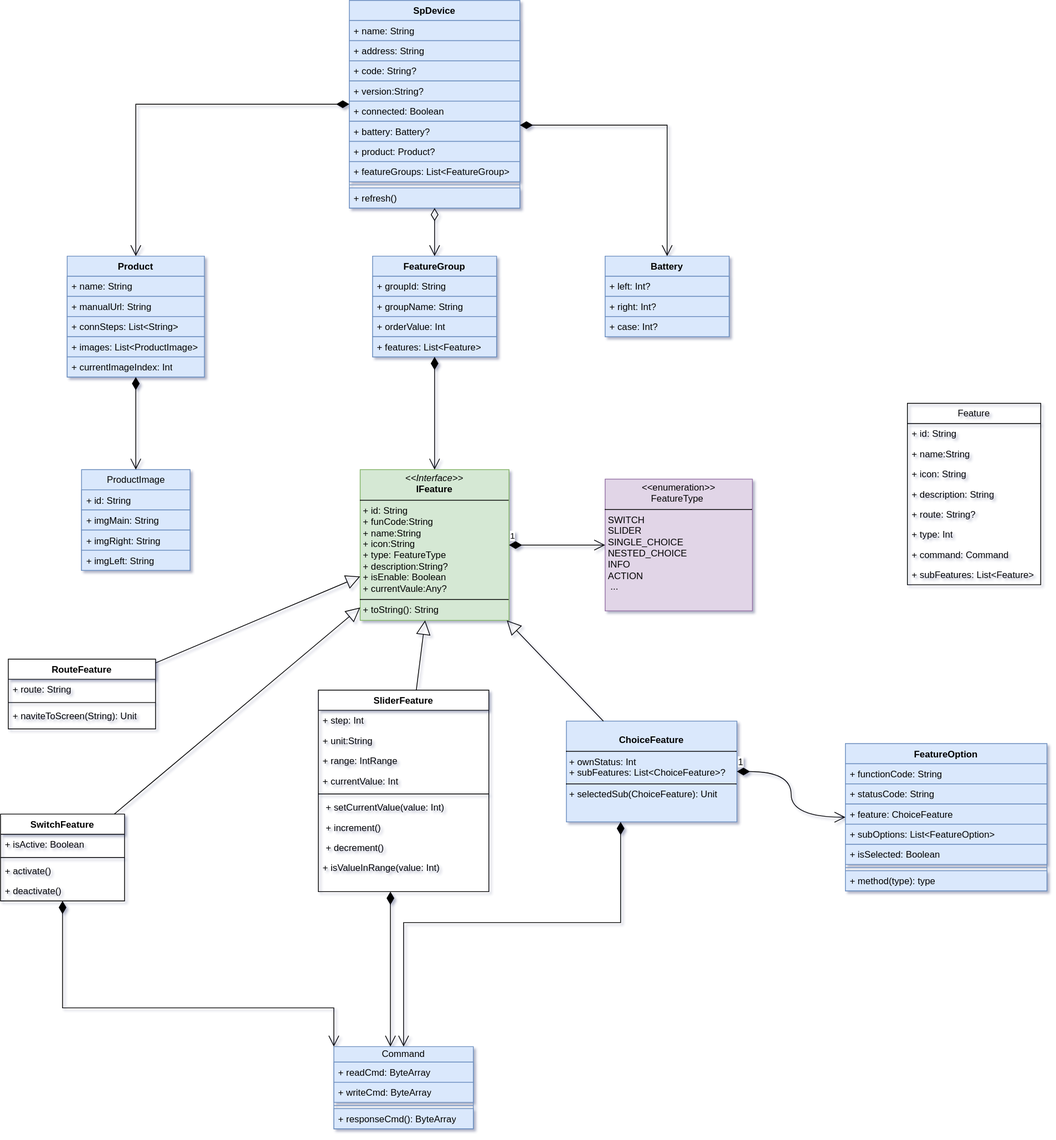
kekemao00/draw-libs keeps this draw.io diagram as sp-device.drawio.svg. Above is the earlier version. Source tidied: cells renumbered, new cells last; positions are measured from the earlier drawing's top-left corner, leaving out a move shared by most shapes.
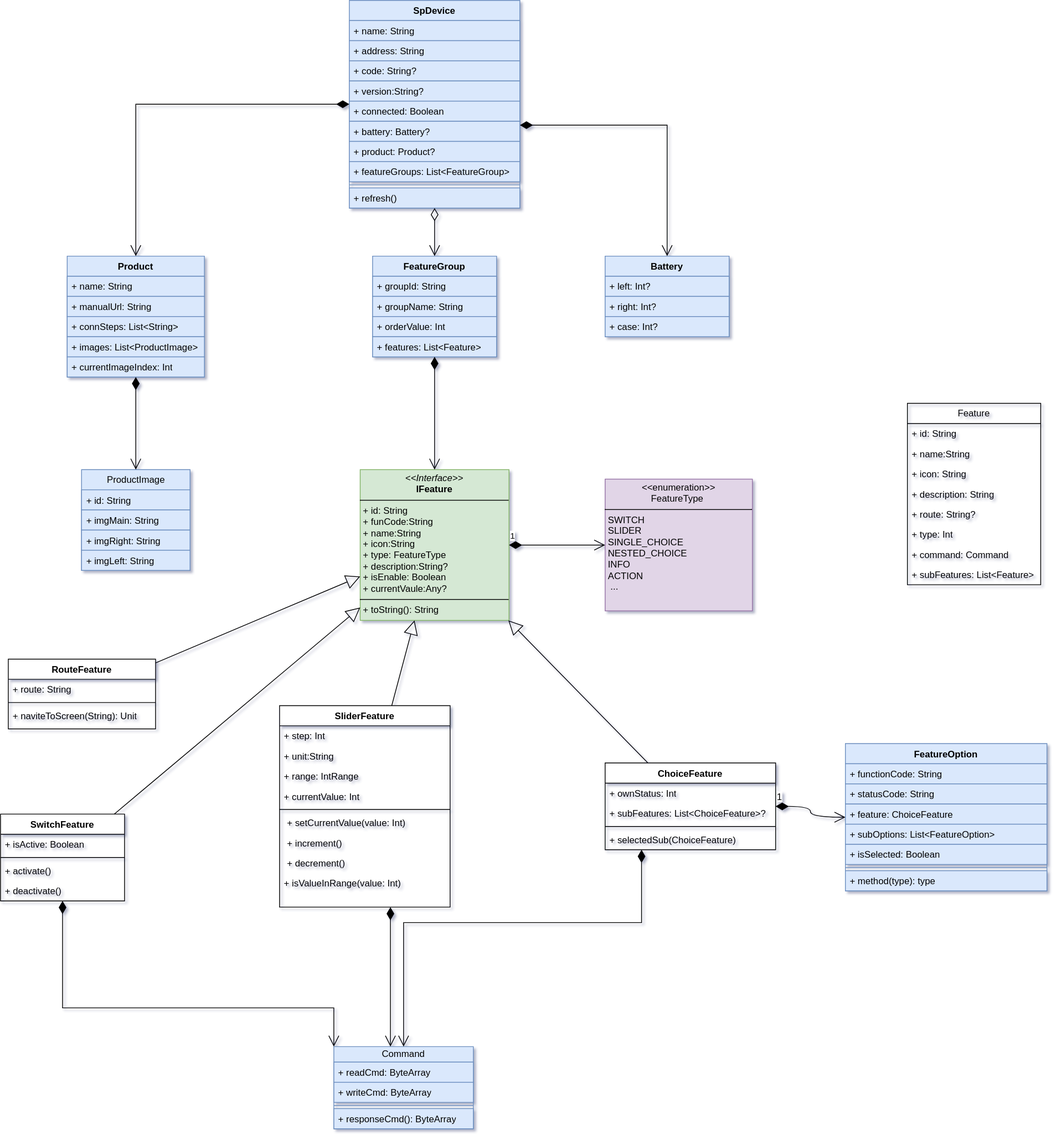
After the change.

The edit, as a diff of the source:
```diff
@@ -140,9 +140,6 @@
     <mxCell id="47" value="&lt;p style=&quot;margin:0px;margin-top:4px;text-align:center;&quot;&gt;&lt;i&gt;&amp;lt;&amp;lt;Interface&amp;gt;&amp;gt;&lt;/i&gt;&lt;br&gt;&lt;b&gt;IFeature&lt;/b&gt;&lt;/p&gt;&lt;hr size=&quot;1&quot; style=&quot;border-style:solid;&quot;&gt;&lt;p style=&quot;margin:0px;margin-left:4px;&quot;&gt;+ id: String&lt;br&gt;+ funCode:String&lt;br&gt;+ name:String&lt;br&gt;+ icon:String&lt;br&gt;+ type:&amp;nbsp;&lt;span style=&quot;text-align: center;&quot;&gt;FeatureType&amp;nbsp;&lt;/span&gt;&lt;br&gt;+ description:String?&lt;br&gt;+ isEnable: Boolean&lt;/p&gt;&lt;p style=&quot;margin:0px;margin-left:4px;&quot;&gt;+ currentVaule:Any?&lt;/p&gt;&lt;hr size=&quot;1&quot; style=&quot;border-style:solid;&quot;&gt;&lt;p style=&quot;margin:0px;margin-left:4px;&quot;&gt;+ toString(): String&lt;br&gt;&lt;/p&gt;" style="verticalAlign=top;align=left;overflow=fill;html=1;whiteSpace=wrap;fillColor=#d5e8d4;strokeColor=#82b366;" parent="1" vertex="1">
       <mxGeometry x="464" y="605.5" width="192" height="194.5" as="geometry" />
     </mxCell>
-    <mxCell id="48" value="&lt;p style=&quot;margin:0px;margin-top:4px;text-align:center;&quot;&gt;&lt;br&gt;&lt;b&gt;ChoiceFeature&lt;/b&gt;&lt;/p&gt;&lt;hr size=&quot;1&quot; style=&quot;border-style:solid;&quot;&gt;&lt;p style=&quot;margin:0px;margin-left:4px;&quot;&gt;+ ownStatus: Int&lt;br&gt;+ subFeatures: List&amp;lt;ChoiceFeature&amp;gt;?&lt;/p&gt;&lt;hr size=&quot;1&quot; style=&quot;border-style:solid;&quot;&gt;&lt;p style=&quot;margin:0px;margin-left:4px;&quot;&gt;+ selectedSub(ChoiceFeature): Unit&lt;br&gt;&lt;/p&gt;" style="verticalAlign=top;align=left;overflow=fill;html=1;whiteSpace=wrap;fillColor=#dae8fc;strokeColor=#6c8ebf;" parent="1" vertex="1">
-      <mxGeometry x="730" y="930" width="220" height="130" as="geometry" />
-    </mxCell>
     <mxCell id="49" style="endArrow=open;html=1;endSize=12;startArrow=diamondThin;startSize=14;startFill=1;edgeStyle=orthogonalEdgeStyle;align=left;verticalAlign=bottom;rounded=0;" parent="1" edge="1" source="2" target="13">
       <mxGeometry x="-1" y="3" relative="1" as="geometry">
         <Array as="points">
@@ -172,13 +169,13 @@
     <mxCell id="56" style="endArrow=block;endSize=16;endFill=0;html=1;rounded=0;" parent="1" edge="1" source="81" target="47">
       <mxGeometry x="0.01" relative="1" as="geometry" />
     </mxCell>
-    <mxCell id="57" style="endArrow=block;endSize=16;endFill=0;html=1;rounded=0;" parent="1" edge="1" source="48" target="47">
+    <mxCell id="57" style="endArrow=block;endSize=16;endFill=0;html=1;rounded=0;" parent="1" edge="1" source="91" target="47">
       <mxGeometry x="-0.02" y="-8" relative="1" as="geometry" />
     </mxCell>
-    <mxCell id="58" style="endArrow=open;html=1;endSize=12;startArrow=diamondThin;startSize=14;startFill=1;edgeStyle=orthogonalEdgeStyle;align=left;verticalAlign=bottom;rounded=0;" parent="1" edge="1" source="48" target="42">
+    <mxCell id="58" style="endArrow=open;html=1;endSize=12;startArrow=diamondThin;startSize=14;startFill=1;edgeStyle=orthogonalEdgeStyle;align=left;verticalAlign=bottom;rounded=0;" parent="1" edge="1" source="91" target="42">
       <mxGeometry x="-1" y="3" relative="1" as="geometry">
         <Array as="points">
-          <mxPoint x="800" y="1190" />
+          <mxPoint x="827" y="1190" />
           <mxPoint x="520" y="1190" />
         </Array>
       </mxGeometry>
@@ -229,7 +226,7 @@
     <mxCell id="70" value="+ method(type): type" style="text;strokeColor=#6c8ebf;fillColor=#dae8fc;align=left;verticalAlign=top;spacingLeft=4;spacingRight=4;overflow=hidden;whiteSpace=wrap;html=1;" parent="63" vertex="1">
       <mxGeometry y="164" width="260" height="26" as="geometry" />
     </mxCell>
-    <mxCell id="71" value="1" style="endArrow=open;html=1;endSize=12;startArrow=diamondThin;startSize=14;startFill=1;edgeStyle=orthogonalEdgeStyle;align=left;verticalAlign=bottom;rounded=0;fontSize=12;curved=1;" parent="1" edge="1" source="48" target="63">
+    <mxCell id="71" value="1" style="endArrow=open;html=1;endSize=12;startArrow=diamondThin;startSize=14;startFill=1;edgeStyle=orthogonalEdgeStyle;align=left;verticalAlign=bottom;rounded=0;fontSize=12;curved=1;" parent="1" edge="1" source="91" target="63">
       <mxGeometry x="-1" y="3" relative="1" as="geometry" />
     </mxCell>
     <mxCell id="72" value="RouteFeature" style="swimlane;fontStyle=1;align=center;verticalAlign=top;horizontal=1;startSize=26;whiteSpace=wrap;html=1;" parent="1" vertex="1">
@@ -260,7 +257,7 @@
       <mxGeometry y="86" width="160" height="26" as="geometry" />
     </mxCell>
     <mxCell id="81" value="SliderFeature" style="swimlane;fontStyle=1;align=center;verticalAlign=top;horizontal=1;startSize=26;whiteSpace=wrap;html=1;" parent="1" vertex="1">
-      <mxGeometry x="410" y="890" width="220" height="260" as="geometry" />
+      <mxGeometry x="360" y="910" width="220" height="260" as="geometry" />
     </mxCell>
     <mxCell id="82" value="+&amp;nbsp;step: Int" style="text;strokeColor=none;fillColor=none;align=left;verticalAlign=top;spacingLeft=4;spacingRight=4;overflow=hidden;whiteSpace=wrap;html=1;" parent="81" vertex="1">
       <mxGeometry y="26" width="220" height="26" as="geometry" />
@@ -289,5 +286,20 @@
     <mxCell id="90" value="+ isValueInRange(value: Int)" style="text;strokeColor=none;fillColor=none;align=left;verticalAlign=top;spacingLeft=4;spacingRight=4;overflow=hidden;whiteSpace=wrap;html=1;" parent="81" vertex="1">
       <mxGeometry y="216" width="220" height="44" as="geometry" />
     </mxCell>
+    <mxCell id="91" value="ChoiceFeature&lt;div&gt;&lt;br&gt;&lt;div&gt;&lt;b&gt;&lt;br&gt;&lt;/b&gt;&lt;/div&gt;&lt;/div&gt;" style="swimlane;fontStyle=1;align=center;verticalAlign=top;horizontal=1;startSize=26;whiteSpace=wrap;html=1;" parent="1" vertex="1">
+      <mxGeometry x="780" y="984" width="220" height="112" as="geometry" />
+    </mxCell>
+    <mxCell id="92" value="+ ownStatus: Int" style="text;strokeColor=none;fillColor=none;align=left;verticalAlign=top;spacingLeft=4;spacingRight=4;overflow=hidden;whiteSpace=wrap;html=1;" parent="91" vertex="1">
+      <mxGeometry y="26" width="220" height="26" as="geometry" />
+    </mxCell>
+    <mxCell id="93" value="+ subFeatures: List&amp;lt;ChoiceFeature&amp;gt;?&lt;div&gt;&lt;br&gt;&lt;/div&gt;" style="text;strokeColor=none;fillColor=none;align=left;verticalAlign=top;spacingLeft=4;spacingRight=4;overflow=hidden;whiteSpace=wrap;html=1;" parent="91" vertex="1">
+      <mxGeometry y="52" width="220" height="26" as="geometry" />
+    </mxCell>
+    <mxCell id="94" style="line;strokeWidth=1;fillColor=none;align=left;verticalAlign=middle;spacingTop=-1;spacingLeft=3;spacingRight=3;labelPosition=right;strokeColor=inherit;" parent="91" vertex="1">
+      <mxGeometry y="78" width="220" height="8" as="geometry" />
+    </mxCell>
+    <mxCell id="95" value="+ selectedSub(ChoiceFeature)" style="text;strokeColor=none;fillColor=none;align=left;verticalAlign=top;spacingLeft=4;spacingRight=4;overflow=hidden;whiteSpace=wrap;html=1;" parent="91" vertex="1">
+      <mxGeometry y="86" width="220" height="26" as="geometry" />
+    </mxCell>
   </root>
 </mxGraphModel>
```
